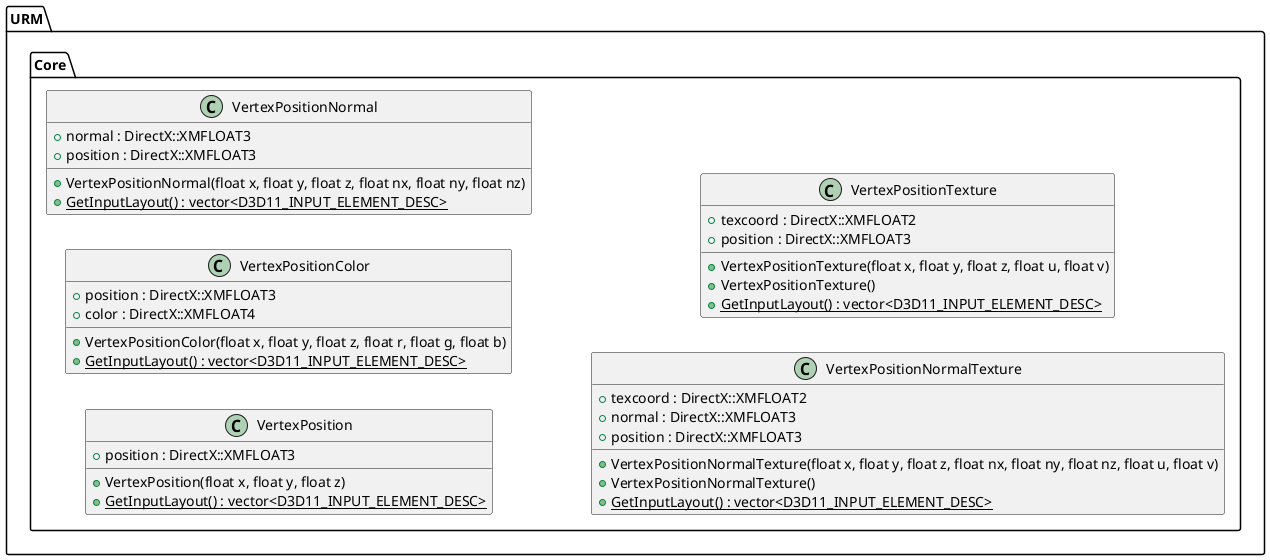
This is Latex/images/UML/vertextypes.png from MinikPLayer/MasterThesis_UniversalRenderingModule_D3D11, a PlantUML export, as it was before one commit.
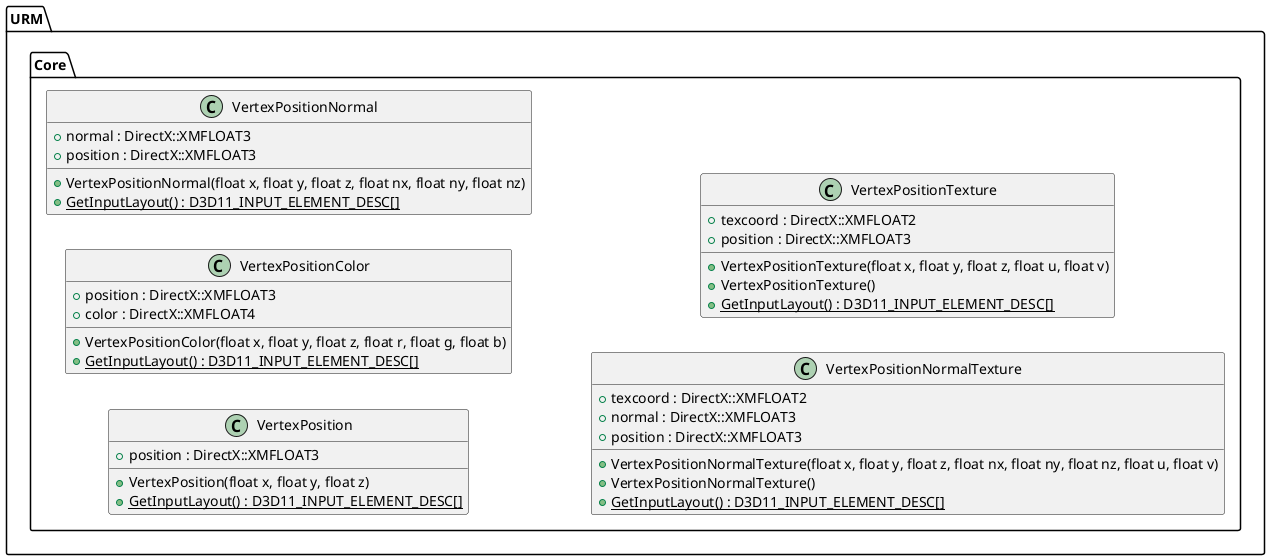
Later version of the same file.

The edit, as a diff of the source:
```diff
@@ -11,21 +11,21 @@
 		class VertexPosition {
 			+VertexPosition(float x, float y, float z)
 			+position : DirectX::XMFLOAT3
-			+{static} GetInputLayout() : vector<D3D11_INPUT_ELEMENT_DESC>
+			+{static} GetInputLayout() : D3D11_INPUT_ELEMENT_DESC[]
 		}
 
 		class VertexPositionColor {
 			+VertexPositionColor(float x, float y, float z, float r, float g, float b)
 			+position : DirectX::XMFLOAT3
 			+color : DirectX::XMFLOAT4
-			+{static} GetInputLayout() : vector<D3D11_INPUT_ELEMENT_DESC>
+			+{static} GetInputLayout() : D3D11_INPUT_ELEMENT_DESC[]
 		}
 
 		class VertexPositionNormal {
 			+VertexPositionNormal(float x, float y, float z, float nx, float ny, float nz)
 			+normal : DirectX::XMFLOAT3
 			+position : DirectX::XMFLOAT3
-			+{static} GetInputLayout() : vector<D3D11_INPUT_ELEMENT_DESC>
+			+{static} GetInputLayout() : D3D11_INPUT_ELEMENT_DESC[]
 		}
 
 		class VertexPositionNormalTexture {
@@ -34,7 +34,7 @@
 			+texcoord : DirectX::XMFLOAT2
 			+normal : DirectX::XMFLOAT3
 			+position : DirectX::XMFLOAT3
-			+{static} GetInputLayout() : vector<D3D11_INPUT_ELEMENT_DESC>
+			+{static} GetInputLayout() : D3D11_INPUT_ELEMENT_DESC[]
 		}
 
 		class VertexPositionTexture {
@@ -42,7 +42,7 @@
 			+VertexPositionTexture()
 			+texcoord : DirectX::XMFLOAT2
 			+position : DirectX::XMFLOAT3
-			+{static} GetInputLayout() : vector<D3D11_INPUT_ELEMENT_DESC>
+			+{static} GetInputLayout() : D3D11_INPUT_ELEMENT_DESC[]
 		}
 	}
 }
```
